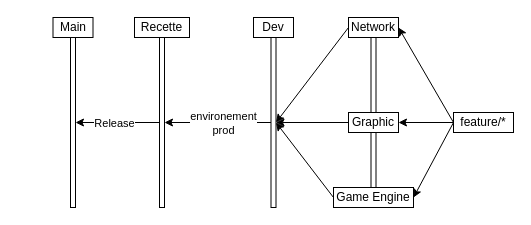
The draw.io diagram branch.drawio in AleaChlodnik/R-Type, before the edit. Source tidied: cells renumbered, new cells numbered last; positions are measured from the earlier drawing's top-left corner, leaving out a move shared by most shapes. Both pictures are drawn from the tidied source at 100%, with x=0, y=0 at pixel (53, 17).
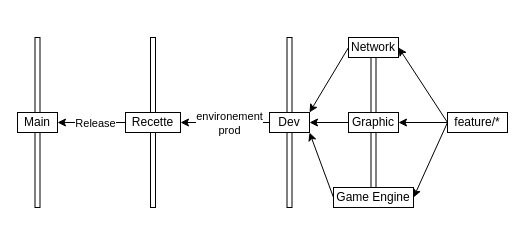
After the change.

Commit message (it also covers changes not shown here):
[UPD] git branch documentation

modify branch.drawio

The change refers to these unchanged cells:
```xml
<mxCell id="17" value="Graphic" style="rounded=0;whiteSpace=wrap;html=1;" parent="1" vertex="1">
  <mxGeometry x="295" y="95" width="50" height="20" as="geometry" />
</mxCell>
<mxCell id="20" value="Game Engine" style="rounded=0;whiteSpace=wrap;html=1;" parent="1" vertex="1">
  <mxGeometry x="280" y="170" width="80" height="20" as="geometry" />
</mxCell>
```

What changed in the source:
```diff
@@
+    <mxCell id="11" style="rounded=0;whiteSpace=wrap;html=1;" parent="1" vertex="1">
+      <mxGeometry x="97" y="20" width="5" height="170" as="geometry" />
+    </mxCell>
+    <mxCell id="8" style="rounded=0;whiteSpace=wrap;html=1;" parent="1" vertex="1">
+      <mxGeometry x="233.5" y="20" width="5" height="170" as="geometry" />
+    </mxCell>
-    <mxCell id="2" style="endArrow=classic;html=1;exitX=0;exitY=0.5;exitDx=0;exitDy=0;entryX=1;entryY=0.5;entryDx=0;entryDy=0;" parent="1" edge="1" source="11" target="14">
+    <mxCell id="2" style="endArrow=classic;html=1;exitX=0;exitY=0.5;exitDx=0;exitDy=0;entryX=1;entryY=0.5;entryDx=0;entryDy=0;" parent="1" edge="1" source="10" target="13">
       <mxGeometry relative="1" as="geometry" />
     </mxCell>
     <mxCell id="3" value="Release" style="edgeLabel;html=1;align=center;verticalAlign=middle;" parent="2" vertex="1">
       <mxGeometry x="0.36" y="1" relative="1" as="geometry">
-        <mxPoint x="11" y="-1" as="offset" />
+        <mxPoint x="15" y="-1" as="offset" />
       </mxGeometry>
     </mxCell>
-    <mxCell id="4" style="endArrow=classic;html=1;exitX=0;exitY=0.5;exitDx=0;exitDy=0;entryX=1;entryY=0.5;entryDx=0;entryDy=0;" parent="1" edge="1" source="8" target="11">
+    <mxCell id="4" style="endArrow=classic;html=1;exitX=0;exitY=0.5;exitDx=0;exitDy=0;entryX=1;entryY=0.5;entryDx=0;entryDy=0;" parent="1" edge="1" source="7" target="10">
       <mxGeometry relative="1" as="geometry" />
     </mxCell>
@@
-    <mxCell id="6" style="group;" parent="1" vertex="1">
-      <mxGeometry x="200" width="40" height="190" as="geometry" />
-    </mxCell>
-    <mxCell id="7" value="Dev" style="rounded=0;whiteSpace=wrap;html=1;" parent="6" vertex="1">
-      <mxGeometry width="40" height="20" as="geometry" />
-    </mxCell>
-    <mxCell id="8" style="rounded=0;whiteSpace=wrap;html=1;" parent="6" vertex="1">
-      <mxGeometry x="17.5" y="20" width="5" height="170" as="geometry" />
-    </mxCell>
-    <mxCell id="9" style="group;" parent="1" vertex="1">
-      <mxGeometry x="81" width="55" height="190" as="geometry" />
-    </mxCell>
-    <mxCell id="10" value="Recette" style="rounded=0;whiteSpace=wrap;html=1;" parent="9" vertex="1">
-      <mxGeometry width="55" height="20" as="geometry" />
-    </mxCell>
-    <mxCell id="11" style="rounded=0;whiteSpace=wrap;html=1;" parent="9" vertex="1">
-      <mxGeometry x="25" y="20" width="5" height="170" as="geometry" />
-    </mxCell>
-    <mxCell id="12" style="group;" parent="1" vertex="1">
-      <mxGeometry x="-0.5" width="40" height="190" as="geometry" />
-    </mxCell>
-    <mxCell id="13" value="Main" style="rounded=0;whiteSpace=wrap;html=1;" parent="12" vertex="1">
-      <mxGeometry width="40" height="20" as="geometry" />
-    </mxCell>
-    <mxCell id="14" style="rounded=0;whiteSpace=wrap;html=1;" parent="12" vertex="1">
-      <mxGeometry x="17.5" y="20" width="5" height="170" as="geometry" />
-    </mxCell>
-    <mxCell id="15" value="Network" style="rounded=0;whiteSpace=wrap;html=1;" parent="1" vertex="1">
-      <mxGeometry x="295" width="50" height="20" as="geometry" />
-    </mxCell>
@@
-    <mxCell id="18" style="endArrow=classic;html=1;exitX=0;exitY=0.5;exitDx=0;exitDy=0;entryX=1;entryY=0.5;entryDx=0;entryDy=0;" parent="1" edge="1" source="15" target="8">
+    <mxCell id="18" style="endArrow=classic;html=1;exitX=0;exitY=0.5;exitDx=0;exitDy=0;entryX=1;entryY=0;entryDx=0;entryDy=0;" parent="1" edge="1" source="15" target="7">
       <mxGeometry relative="1" as="geometry" />
     </mxCell>
-    <mxCell id="19" style="endArrow=classic;html=1;exitX=0;exitY=0.5;exitDx=0;exitDy=0;entryX=1;entryY=0.5;entryDx=0;entryDy=0;" parent="1" edge="1" source="17" target="8">
+    <mxCell id="19" style="endArrow=classic;html=1;exitX=0;exitY=0.5;exitDx=0;exitDy=0;entryX=1;entryY=0.5;entryDx=0;entryDy=0;" parent="1" edge="1" source="17" target="7">
       <mxGeometry relative="1" as="geometry" />
     </mxCell>
@@
-    <mxCell id="21" style="endArrow=classic;html=1;exitX=0;exitY=0.5;exitDx=0;exitDy=0;entryX=1;entryY=0.5;entryDx=0;entryDy=0;" parent="1" edge="1" source="20" target="8">
+    <mxCell id="21" style="endArrow=classic;html=1;exitX=0;exitY=0.5;exitDx=0;exitDy=0;entryX=1;entryY=1;entryDx=0;entryDy=0;" parent="1" edge="1" source="20" target="7">
       <mxGeometry relative="1" as="geometry" />
     </mxCell>
     <mxCell id="22" value="feature/*" style="rounded=0;whiteSpace=wrap;html=1;" parent="1" vertex="1">
-      <mxGeometry x="400" y="95" width="60" height="20" as="geometry" />
+      <mxGeometry x="394" y="95" width="60" height="20" as="geometry" />
     </mxCell>
@@
+    <mxCell id="7" value="Dev" style="rounded=0;whiteSpace=wrap;html=1;" parent="1" vertex="1">
+      <mxGeometry x="216" y="95" width="40" height="20" as="geometry" />
+    </mxCell>
+    <mxCell id="15" value="Network" style="rounded=0;whiteSpace=wrap;html=1;" parent="1" vertex="1">
+      <mxGeometry x="295" y="20" width="50" height="20" as="geometry" />
+    </mxCell>
+    <mxCell id="14" style="rounded=0;whiteSpace=wrap;html=1;" parent="1" vertex="1">
+      <mxGeometry x="-18.5" y="20" width="5" height="170" as="geometry" />
+    </mxCell>
+    <mxCell id="10" value="Recette" style="rounded=0;whiteSpace=wrap;html=1;" parent="1" vertex="1">
+      <mxGeometry x="72" y="95" width="55" height="20" as="geometry" />
+    </mxCell>
+    <mxCell id="13" value="Main" style="rounded=0;whiteSpace=wrap;html=1;" parent="1" vertex="1">
+      <mxGeometry x="-36" y="95" width="40" height="20" as="geometry" />
+    </mxCell>
```
